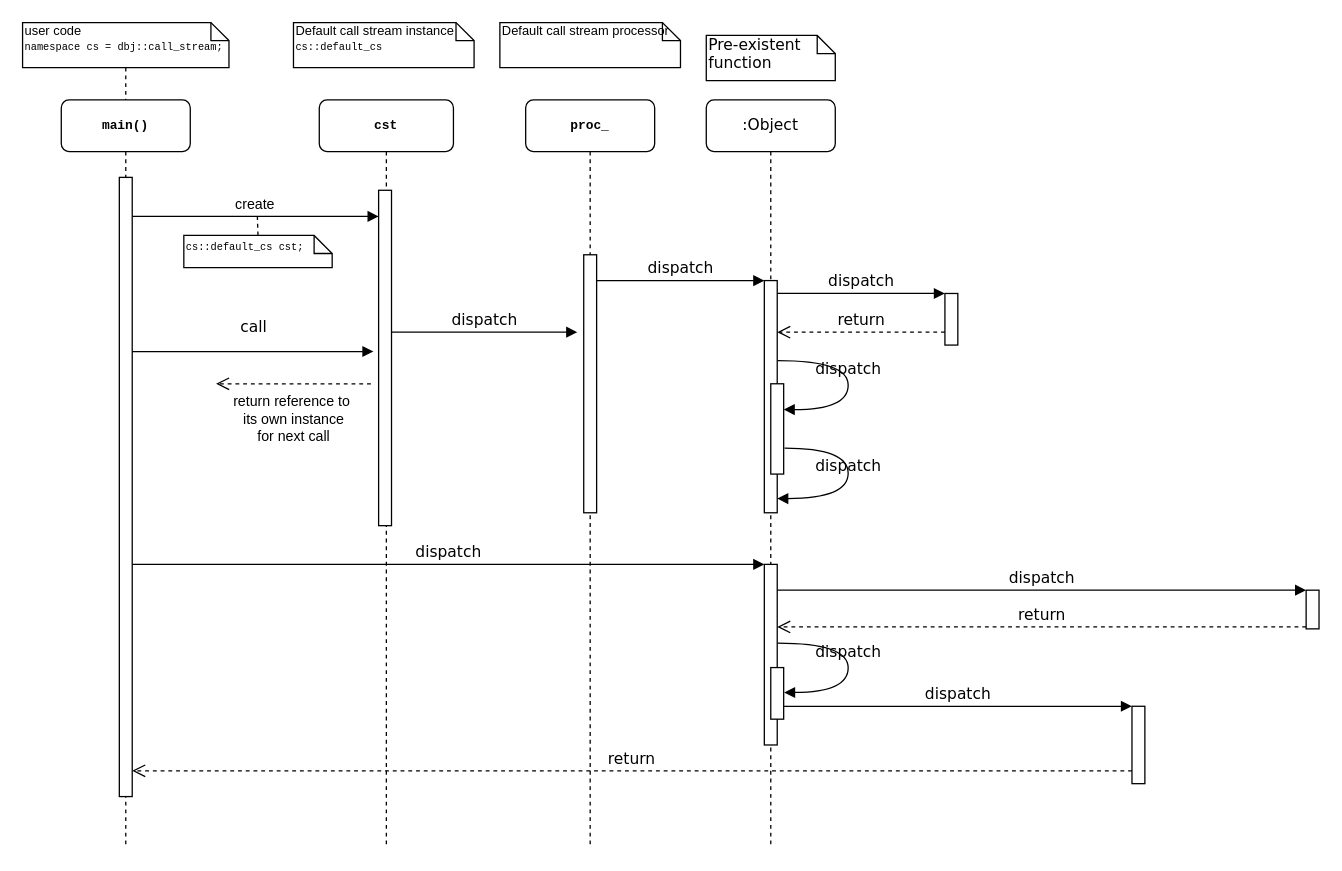
The draw.io diagram diagrams/metacall sequence 01.drawio in DBJDBJ/metacall, before the edit. Source tidied: cells renumbered, new cells numbered last; positions are measured from the earlier drawing's top-left corner, leaving out a move shared by most shapes. Both pictures are drawn from the tidied source at 129%, with x=0, y=0 at pixel (22, 22).
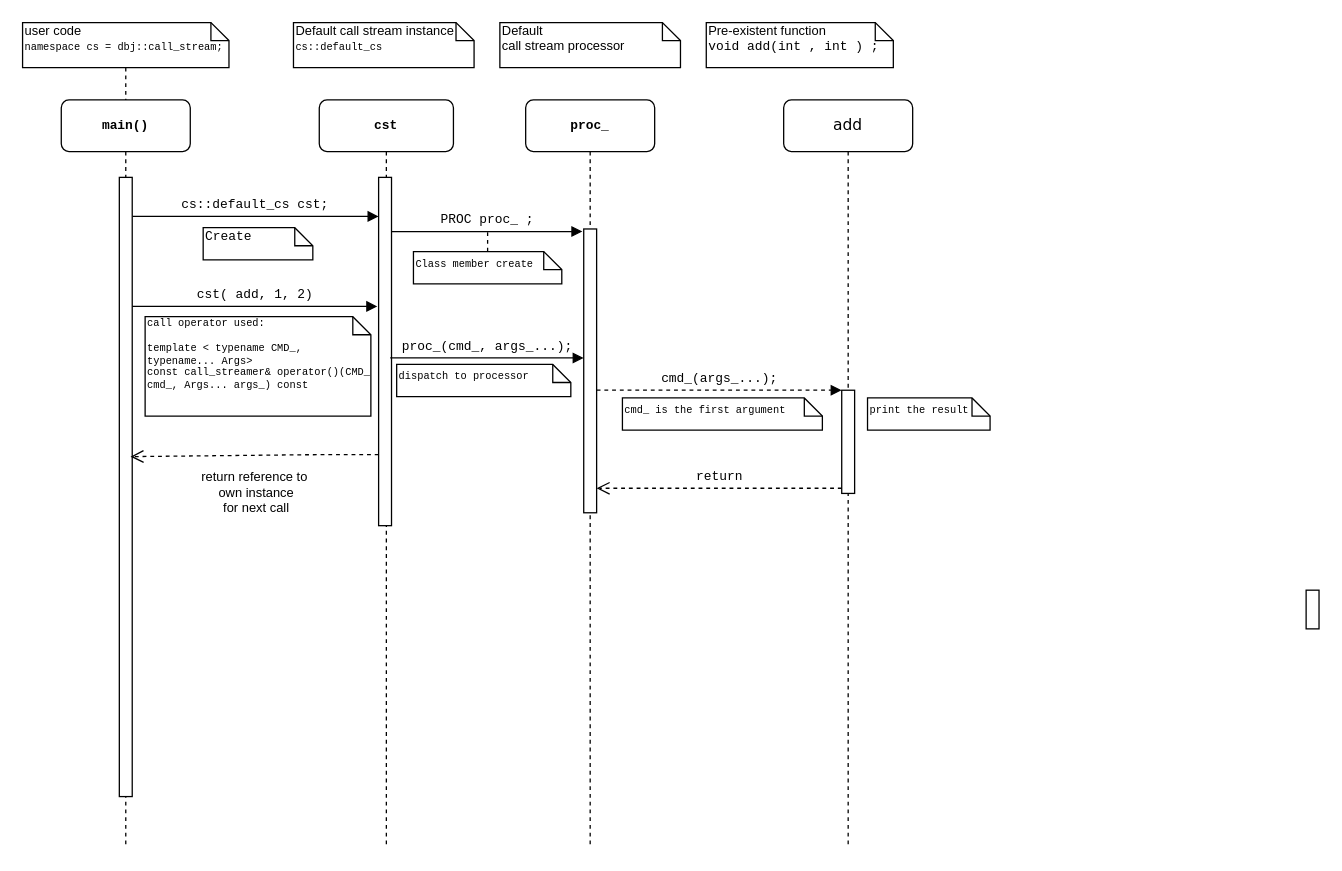
The same diagram, later.

Commit message:
half way there

Unchanged cells that the change refers to:
```xml
<mxCell id="2" value="&lt;font style=&quot;font-size: 10px&quot;&gt;cst&lt;/font&gt;" style="shape=umlLifeline;perimeter=lifelinePerimeter;whiteSpace=wrap;html=1;rounded=1;shadow=0;comic=0;labelBackgroundColor=none;strokeColor=#000000;strokeWidth=1;fillColor=#FFFFFF;fontFamily=Courier New;fontSize=12;fontColor=#000000;align=center;fontStyle=1;" parent="1" vertex="1">
  <mxGeometry x="230" y="60" width="104" height="580" as="geometry" />
</mxCell>
<mxCell id="4" value="&lt;font style=&quot;font-size: 10px&quot;&gt;proc_&lt;/font&gt;" style="shape=umlLifeline;perimeter=lifelinePerimeter;whiteSpace=wrap;html=1;rounded=1;shadow=0;comic=0;labelBackgroundColor=none;strokeColor=#000000;strokeWidth=1;fillColor=#FFFFFF;fontFamily=Courier New;fontSize=12;fontColor=#000000;align=center;fontStyle=1;" parent="1" vertex="1">
  <mxGeometry x="390" y="60" width="100" height="580" as="geometry" />
</mxCell>
<mxCell id="8" style="html=1;points=[];perimeter=orthogonalPerimeter;rounded=0;shadow=0;comic=0;labelBackgroundColor=none;strokeColor=#000000;strokeWidth=1;fillColor=#FFFFFF;fontFamily=Verdana;fontSize=12;fontColor=#000000;align=center;" parent="7" vertex="1">
  <mxGeometry x="45" y="60" width="10" height="480" as="geometry" />
</mxCell>
<mxCell id="17" style="html=1;points=[];perimeter=orthogonalPerimeter;rounded=0;shadow=0;comic=0;labelBackgroundColor=none;strokeColor=#000000;strokeWidth=1;fillColor=#FFFFFF;fontFamily=Verdana;fontSize=12;fontColor=#000000;align=center;" parent="1" vertex="1">
  <mxGeometry x="995" y="440" width="10" height="30" as="geometry" />
</mxCell>
```

The edit, as a diff of the source:
```diff
@@
     <mxCell id="3" style="html=1;points=[];perimeter=orthogonalPerimeter;rounded=0;shadow=0;comic=0;labelBackgroundColor=none;strokeColor=#000000;strokeWidth=1;fillColor=#FFFFFF;fontFamily=Verdana;fontSize=12;fontColor=#000000;align=center;" parent="2" vertex="1">
-      <mxGeometry x="46" y="70" width="10" height="260" as="geometry" />
+      <mxGeometry x="46" y="60" width="10" height="270" as="geometry" />
     </mxCell>
@@
     <mxCell id="5" style="html=1;points=[];perimeter=orthogonalPerimeter;rounded=0;shadow=0;comic=0;labelBackgroundColor=none;strokeColor=#000000;strokeWidth=1;fillColor=#FFFFFF;fontFamily=Verdana;fontSize=12;fontColor=#000000;align=center;" parent="4" vertex="1">
-      <mxGeometry x="45" y="120" width="10" height="200" as="geometry" />
+      <mxGeometry x="45" y="100" width="10" height="220" as="geometry" />
     </mxCell>
-    <mxCell id="6" value=":Object" style="shape=umlLifeline;perimeter=lifelinePerimeter;whiteSpace=wrap;html=1;rounded=1;shadow=0;comic=0;labelBackgroundColor=none;strokeColor=#000000;strokeWidth=1;fillColor=#FFFFFF;fontFamily=Verdana;fontSize=12;fontColor=#000000;align=center;" parent="1" vertex="1">
-      <mxGeometry x="530" y="60" width="100" height="580" as="geometry" />
+    <mxCell id="6" value="add" style="shape=umlLifeline;perimeter=lifelinePerimeter;whiteSpace=wrap;html=1;rounded=1;shadow=0;comic=0;labelBackgroundColor=none;strokeColor=#000000;strokeWidth=1;fillColor=#FFFFFF;fontFamily=Verdana;fontSize=12;fontColor=#000000;align=center;" parent="1" vertex="1">
+      <mxGeometry x="590" y="60" width="100" height="580" as="geometry" />
     </mxCell>
+    <mxCell id="39" style="html=1;points=[];perimeter=orthogonalPerimeter;fontFamily=Helvetica;fontSize=10;" parent="6" vertex="1">
+      <mxGeometry x="45" y="225" width="10" height="80" as="geometry" />
+    </mxCell>
@@
-    <mxCell id="10" style="html=1;points=[];perimeter=orthogonalPerimeter;rounded=0;shadow=0;comic=0;labelBackgroundColor=none;strokeColor=#000000;strokeWidth=1;fillColor=#FFFFFF;fontFamily=Verdana;fontSize=12;fontColor=#000000;align=center;" parent="1" vertex="1">
-      <mxGeometry x="575" y="200" width="10" height="180" as="geometry" />
-    </mxCell>
-    <mxCell id="11" value="dispatch" style="html=1;verticalAlign=bottom;endArrow=block;labelBackgroundColor=none;fontFamily=Verdana;fontSize=12;edgeStyle=elbowEdgeStyle;elbow=vertical;" parent="1" edge="1" source="5" target="10">
-      <mxGeometry relative="1" as="geometry">
-        <Array as="points">
-          <mxPoint x="450" y="200" />
-        </Array>
-      </mxGeometry>
-    </mxCell>
-    <mxCell id="12" style="html=1;points=[];perimeter=orthogonalPerimeter;rounded=0;shadow=0;comic=0;labelBackgroundColor=none;strokeColor=#000000;strokeWidth=1;fillColor=#FFFFFF;fontFamily=Verdana;fontSize=12;fontColor=#000000;align=center;" parent="1" vertex="1">
-      <mxGeometry x="715" y="210" width="10" height="40" as="geometry" />
-    </mxCell>
-    <mxCell id="13" value="dispatch" style="html=1;verticalAlign=bottom;endArrow=block;entryX=0;entryY=0;labelBackgroundColor=none;fontFamily=Verdana;fontSize=12;edgeStyle=elbowEdgeStyle;elbow=vertical;" parent="1" edge="1" source="10" target="12">
-      <mxGeometry relative="1" as="geometry" />
-    </mxCell>
-    <mxCell id="14" value="return" style="html=1;verticalAlign=bottom;endArrow=open;dashed=1;endSize=8;labelBackgroundColor=none;fontFamily=Verdana;fontSize=12;edgeStyle=elbowEdgeStyle;elbow=vertical;" parent="1" edge="1" source="12" target="10">
-      <mxGeometry relative="1" as="geometry">
-        <Array as="points">
-          <mxPoint x="660" y="240" />
-          <mxPoint x="690" y="240" />
-        </Array>
-      </mxGeometry>
-    </mxCell>
-    <mxCell id="15" style="html=1;points=[];perimeter=orthogonalPerimeter;rounded=0;shadow=0;comic=0;labelBackgroundColor=none;strokeColor=#000000;strokeWidth=1;fillColor=#FFFFFF;fontFamily=Verdana;fontSize=12;fontColor=#000000;align=center;" parent="1" vertex="1">
-      <mxGeometry x="575" y="420" width="10" height="140" as="geometry" />
-    </mxCell>
-    <mxCell id="16" value="dispatch" style="html=1;verticalAlign=bottom;endArrow=block;entryX=0;entryY=0;labelBackgroundColor=none;fontFamily=Verdana;fontSize=12;" parent="1" edge="1" source="8" target="15">
-      <mxGeometry relative="1" as="geometry" />
-    </mxCell>
@@
-    <mxCell id="18" value="dispatch" style="html=1;verticalAlign=bottom;endArrow=block;entryX=0;entryY=0;labelBackgroundColor=none;fontFamily=Verdana;fontSize=12;" parent="1" edge="1" source="15" target="17">
-      <mxGeometry relative="1" as="geometry" />
-    </mxCell>
-    <mxCell id="19" value="return" style="html=1;verticalAlign=bottom;endArrow=open;dashed=1;endSize=8;exitX=0;exitY=0.95;labelBackgroundColor=none;fontFamily=Verdana;fontSize=12;" parent="1" edge="1" source="17" target="15">
-      <mxGeometry relative="1" as="geometry" />
-    </mxCell>
-    <mxCell id="20" style="html=1;points=[];perimeter=orthogonalPerimeter;rounded=0;shadow=0;comic=0;labelBackgroundColor=none;strokeColor=#000000;strokeWidth=1;fillColor=#FFFFFF;fontFamily=Verdana;fontSize=12;fontColor=#000000;align=center;" parent="1" vertex="1">
-      <mxGeometry x="860" y="530" width="10" height="60" as="geometry" />
-    </mxCell>
-    <mxCell id="21" value="dispatch" style="html=1;verticalAlign=bottom;endArrow=block;entryX=0;entryY=0;labelBackgroundColor=none;fontFamily=Verdana;fontSize=12;edgeStyle=elbowEdgeStyle;elbow=vertical;" parent="1" edge="1" source="28" target="20">
-      <mxGeometry relative="1" as="geometry" />
-    </mxCell>
-    <mxCell id="22" value="return" style="html=1;verticalAlign=bottom;endArrow=open;dashed=1;endSize=8;labelBackgroundColor=none;fontFamily=Verdana;fontSize=12;edgeStyle=elbowEdgeStyle;elbow=vertical;" parent="1" edge="1" source="20" target="8">
-      <mxGeometry relative="1" as="geometry">
-        <Array as="points">
-          <mxPoint x="560" y="580" />
-        </Array>
-      </mxGeometry>
-    </mxCell>
-    <mxCell id="23" value="call" style="html=1;verticalAlign=bottom;endArrow=block;labelBackgroundColor=none;fontFamily=Verdana;fontSize=12;edgeStyle=elbowEdgeStyle;elbow=vertical;" parent="1" edge="1" source="8">
-      <mxGeometry y="10" relative="1" as="geometry">
-        <mxPoint x="272" y="255" as="targetPoint" />
+    <mxCell id="23" value="&lt;font face=&quot;Courier New&quot;&gt;cst( add, 1, 2)&lt;/font&gt;&lt;br&gt;" style="html=1;verticalAlign=bottom;endArrow=block;labelBackgroundColor=none;fontFamily=Helvetica;fontSize=10;edgeStyle=elbowEdgeStyle;elbow=vertical;" parent="1" edge="1" source="8">
+      <mxGeometry relative="1" as="geometry">
+        <mxPoint x="275" y="220" as="targetPoint" />
       </mxGeometry>
     </mxCell>
-    <mxCell id="24" value="dispatch" style="html=1;verticalAlign=bottom;endArrow=block;labelBackgroundColor=none;fontFamily=Verdana;fontSize=12;edgeStyle=elbowEdgeStyle;elbow=vertical;" parent="1" edge="1" source="3">
+    <mxCell id="24" value="&lt;font face=&quot;Courier New&quot;&gt;proc_(cmd_, args_...);&lt;/font&gt;" style="html=1;verticalAlign=bottom;endArrow=block;labelBackgroundColor=none;fontFamily=Helvetica;fontSize=10;edgeStyle=elbowEdgeStyle;elbow=vertical;" parent="1" edge="1" target="5">
       <mxGeometry relative="1" as="geometry">
-        <mxPoint x="430" y="240" as="targetPoint" />
+        <mxPoint x="285" y="260" as="sourcePoint" />
       </mxGeometry>
     </mxCell>
-    <mxCell id="25" style="html=1;points=[];perimeter=orthogonalPerimeter;rounded=0;shadow=0;comic=0;labelBackgroundColor=none;strokeColor=#000000;strokeWidth=1;fillColor=#FFFFFF;fontFamily=Verdana;fontSize=12;fontColor=#000000;align=center;" parent="1" vertex="1">
-      <mxGeometry x="580" y="280" width="10" height="70" as="geometry" />
-    </mxCell>
-    <mxCell id="26" value="dispatch" style="html=1;verticalAlign=bottom;endArrow=block;labelBackgroundColor=none;fontFamily=Verdana;fontSize=12;elbow=vertical;edgeStyle=orthogonalEdgeStyle;curved=1;entryX=1;entryY=0.286;entryPerimeter=0;exitX=1.038;exitY=0.345;exitPerimeter=0;" parent="1" edge="1" source="10" target="25">
-      <mxGeometry relative="1" as="geometry">
-        <Array as="points">
-          <mxPoint x="640" y="262" />
-          <mxPoint x="640" y="300" />
-        </Array>
-      </mxGeometry>
-    </mxCell>
-    <mxCell id="27" value="dispatch" style="html=1;verticalAlign=bottom;endArrow=block;labelBackgroundColor=none;fontFamily=Verdana;fontSize=12;elbow=vertical;edgeStyle=orthogonalEdgeStyle;curved=1;exitX=1.066;exitY=0.713;exitPerimeter=0;" parent="1" edge="1" source="25">
-      <mxGeometry relative="1" as="geometry">
-        <mxPoint x="585" y="369" as="targetPoint" />
-        <Array as="points">
-          <mxPoint x="640" y="330" />
-          <mxPoint x="640" y="369" />
-        </Array>
-      </mxGeometry>
-    </mxCell>
-    <mxCell id="28" style="html=1;points=[];perimeter=orthogonalPerimeter;rounded=0;shadow=0;comic=0;labelBackgroundColor=none;strokeColor=#000000;strokeWidth=1;fillColor=#FFFFFF;fontFamily=Verdana;fontSize=12;fontColor=#000000;align=center;" parent="1" vertex="1">
-      <mxGeometry x="580" y="500" width="10" height="40" as="geometry" />
-    </mxCell>
-    <mxCell id="29" value="dispatch" style="html=1;verticalAlign=bottom;endArrow=block;labelBackgroundColor=none;fontFamily=Verdana;fontSize=12;elbow=vertical;edgeStyle=orthogonalEdgeStyle;curved=1;entryX=1;entryY=0.286;entryPerimeter=0;exitX=1.038;exitY=0.345;exitPerimeter=0;" parent="1" edge="1">
-      <mxGeometry relative="1" as="geometry">
-        <mxPoint x="585.3" y="481" as="sourcePoint" />
-        <mxPoint x="590.3" y="519.3" as="targetPoint" />
-        <Array as="points">
-          <mxPoint x="640" y="481" />
-          <mxPoint x="640" y="519" />
-        </Array>
-      </mxGeometry>
-    </mxCell>
@@
-    <mxCell id="33" value="Default call stream processor" style="shape=note;whiteSpace=wrap;html=1;size=14;verticalAlign=top;align=left;spacingTop=-6;rounded=0;shadow=0;comic=0;labelBackgroundColor=none;strokeColor=#000000;strokeWidth=1;fillColor=#FFFFFF;fontFamily=Helvetica;fontSize=10;fontColor=#000000;" parent="1" vertex="1">
+    <mxCell id="33" value="Default &lt;br&gt;call stream processor" style="shape=note;whiteSpace=wrap;html=1;size=14;verticalAlign=top;align=left;spacingTop=-6;rounded=0;shadow=0;comic=0;labelBackgroundColor=none;strokeColor=#000000;strokeWidth=1;fillColor=#FFFFFF;fontFamily=Helvetica;fontSize=10;fontColor=#000000;" parent="1" vertex="1">
       <mxGeometry x="370" width="140" height="35" as="geometry" />
     </mxCell>
-    <mxCell id="34" value="Pre-existent function" style="shape=note;whiteSpace=wrap;html=1;size=14;verticalAlign=top;align=left;spacingTop=-6;rounded=0;shadow=0;comic=0;labelBackgroundColor=none;strokeColor=#000000;strokeWidth=1;fillColor=#FFFFFF;fontFamily=Verdana;fontSize=12;fontColor=#000000;" parent="1" vertex="1">
-      <mxGeometry x="530" y="10" width="100" height="35" as="geometry" />
+    <mxCell id="34" value="Pre-existent function&lt;br&gt;&lt;font face=&quot;Courier New&quot;&gt;void add(int , int ) ;&lt;/font&gt;&lt;br&gt;" style="shape=note;whiteSpace=wrap;html=1;size=14;verticalAlign=top;align=left;spacingTop=-6;rounded=0;shadow=0;comic=0;labelBackgroundColor=none;strokeColor=#000000;strokeWidth=1;fillColor=#FFFFFF;fontFamily=Helvetica;fontSize=10;fontColor=#000000;" parent="1" vertex="1">
+      <mxGeometry x="530" width="145" height="35" as="geometry" />
     </mxCell>
-    <mxCell id="35" value="return reference to&amp;nbsp;&lt;br&gt;its own instance&lt;br&gt;for next call&lt;br&gt;" style="html=1;verticalAlign=bottom;endArrow=open;dashed=1;endSize=8;" parent="1" edge="1">
+    <mxCell id="35" value="return reference to&amp;nbsp;&lt;br style=&quot;font-size: 10px;&quot;&gt;own instance&lt;br style=&quot;font-size: 10px;&quot;&gt;for next call&lt;br style=&quot;font-size: 10px;&quot;&gt;" style="html=1;verticalAlign=bottom;endArrow=open;dashed=1;endSize=8;entryX=0.867;entryY=0.451;entryDx=0;entryDy=0;entryPerimeter=0;fontFamily=Helvetica;fontSize=10;" parent="1" edge="1" source="3" target="8">
       <mxGeometry y="50" relative="1" as="geometry">
-        <mxPoint x="270" y="280" as="sourcePoint" />
-        <mxPoint x="150" y="280" as="targetPoint" />
+        <Array as="points">
+          <mxPoint x="220" y="335" />
+        </Array>
       </mxGeometry>
     </mxCell>
-    <mxCell id="36" value="create&lt;br&gt;" style="html=1;verticalAlign=bottom;endArrow=block;exitX=1.02;exitY=0.063;exitDx=0;exitDy=0;exitPerimeter=0;" parent="1" edge="1" source="8" target="3">
+    <mxCell id="36" value="&lt;span&gt;cs::default_cs cst;&lt;/span&gt;&lt;br style=&quot;font-size: 10px&quot;&gt;" style="html=1;verticalAlign=bottom;endArrow=block;exitX=1.02;exitY=0.063;exitDx=0;exitDy=0;exitPerimeter=0;fontSize=10;fontFamily=Courier New;" parent="1" edge="1" source="8" target="3">
       <mxGeometry relative="1" as="geometry" />
     </mxCell>
-    <mxCell id="37" style="edgeStyle=none;rounded=0;jettySize=auto;html=1;exitX=0.5;exitY=0;exitDx=0;exitDy=0;exitPerimeter=0;endArrow=none;endFill=0;dashed=1;" parent="1" edge="1" source="38">
-      <mxGeometry relative="1" as="geometry">
-        <mxPoint x="182" y="150" as="targetPoint" />
-      </mxGeometry>
-    </mxCell>
-    <mxCell id="38" value="&lt;font style=&quot;font-size: 8px&quot; face=&quot;Courier New&quot;&gt;cs::default_cs cst;&lt;/font&gt;&lt;br&gt;" style="shape=note;whiteSpace=wrap;html=1;size=14;verticalAlign=top;align=left;spacingTop=-6;" parent="1" vertex="1">
-      <mxGeometry x="125" y="165" width="115" height="25" as="geometry" />
+    <mxCell id="38" value="&lt;font style=&quot;font-size: 10px;&quot; face=&quot;Courier New&quot;&gt;Create&lt;/font&gt;&lt;br style=&quot;font-size: 10px;&quot;&gt;" style="shape=note;whiteSpace=wrap;html=1;size=14;verticalAlign=top;align=left;spacingTop=-6;fontStyle=0;fontSize=10;" parent="1" vertex="1">
+      <mxGeometry x="140" y="159" width="85" height="25" as="geometry" />
     </mxCell>
+    <mxCell id="40" value="&lt;span style=&quot;font-size: 10px&quot;&gt;&lt;font face=&quot;Courier New&quot;&gt;PROC proc_ ;&lt;/font&gt;&lt;/span&gt;&lt;br&gt;" style="html=1;verticalAlign=bottom;endArrow=block;entryX=-0.1;entryY=0.009;entryDx=0;entryDy=0;entryPerimeter=0;" parent="1" edge="1" source="3" target="5">
+      <mxGeometry relative="1" as="geometry" />
+    </mxCell>
+    <mxCell id="41" style="edgeStyle=none;rounded=0;jettySize=auto;html=1;exitX=0.5;exitY=0;exitDx=0;exitDy=0;exitPerimeter=0;dashed=1;endArrow=none;endFill=0;fontFamily=Courier New;fontSize=10;" parent="1" edge="1" source="42">
+      <mxGeometry relative="1" as="geometry">
+        <mxPoint x="360.5" y="160" as="targetPoint" />
+      </mxGeometry>
+    </mxCell>
+    <mxCell id="42" value="&lt;font style=&quot;font-size: 8px&quot; face=&quot;Courier New&quot;&gt;Class member create&lt;/font&gt;&lt;br&gt;" style="shape=note;whiteSpace=wrap;html=1;size=14;verticalAlign=top;align=left;spacingTop=-6;" parent="1" vertex="1">
+      <mxGeometry x="303" y="177.5" width="115" height="25" as="geometry" />
+    </mxCell>
+    <mxCell id="43" value="&lt;font style=&quot;font-size: 8px&quot; face=&quot;Courier New&quot;&gt;call operator used:&lt;br&gt;&lt;br style=&quot;font-size: 8px&quot;&gt;&lt;/font&gt;&lt;div style=&quot;font-size: 8px&quot;&gt;&lt;font face=&quot;Courier New&quot; style=&quot;font-size: 8px&quot;&gt;template &amp;lt; typename CMD_, typename... Args&amp;gt;&lt;/font&gt;&lt;/div&gt;&lt;div style=&quot;font-size: 8px&quot;&gt;&lt;font face=&quot;Courier New&quot; style=&quot;font-size: 8px&quot;&gt;const call_streamer&amp;amp; operator()(CMD_ cmd_, Args... args_) const&lt;/font&gt;&lt;/div&gt;" style="shape=note;whiteSpace=wrap;html=1;size=14;verticalAlign=top;align=left;spacingTop=-6;fontStyle=0;fontSize=8;" parent="1" vertex="1">
+      <mxGeometry x="95" y="228" width="175" height="77" as="geometry" />
+    </mxCell>
+    <mxCell id="44" value="&lt;font face=&quot;Courier New&quot;&gt;cmd_(args_...);&lt;/font&gt;" style="html=1;verticalAlign=bottom;endArrow=block;entryX=0;entryY=0;dashed=1;fontFamily=Helvetica;fontSize=10;" parent="1" edge="1" target="39">
+      <mxGeometry relative="1" as="geometry">
+        <mxPoint x="445" y="285" as="sourcePoint" />
+      </mxGeometry>
+    </mxCell>
+    <mxCell id="45" value="return" style="html=1;verticalAlign=bottom;endArrow=open;dashed=1;endSize=8;exitX=0;exitY=0.95;fontFamily=Courier New;fontSize=10;" parent="1" edge="1" source="39">
+      <mxGeometry relative="1" as="geometry">
+        <mxPoint x="445" y="361" as="targetPoint" />
+      </mxGeometry>
+    </mxCell>
+    <mxCell id="46" value="&lt;font style=&quot;font-size: 8px&quot; face=&quot;Courier New&quot;&gt;cmd_ is the first argument&lt;/font&gt;&lt;br&gt;" style="shape=note;whiteSpace=wrap;html=1;size=14;verticalAlign=top;align=left;spacingTop=-6;" parent="1" vertex="1">
+      <mxGeometry x="465" y="291" width="155" height="25" as="geometry" />
+    </mxCell>
+    <mxCell id="47" value="&lt;font style=&quot;font-size: 8px&quot; face=&quot;Courier New&quot;&gt;print the result&lt;/font&gt;&lt;br&gt;" style="shape=note;whiteSpace=wrap;html=1;size=14;verticalAlign=top;align=left;spacingTop=-6;" parent="1" vertex="1">
+      <mxGeometry x="655" y="291" width="95" height="25" as="geometry" />
+    </mxCell>
+    <mxCell id="48" value="&lt;font style=&quot;font-size: 8px&quot; face=&quot;Courier New&quot;&gt;dispatch to processor&lt;/font&gt;&lt;br&gt;" style="shape=note;whiteSpace=wrap;html=1;size=14;verticalAlign=top;align=left;spacingTop=-6;" parent="1" vertex="1">
+      <mxGeometry x="290" y="265" width="135" height="25" as="geometry" />
+    </mxCell>
```
